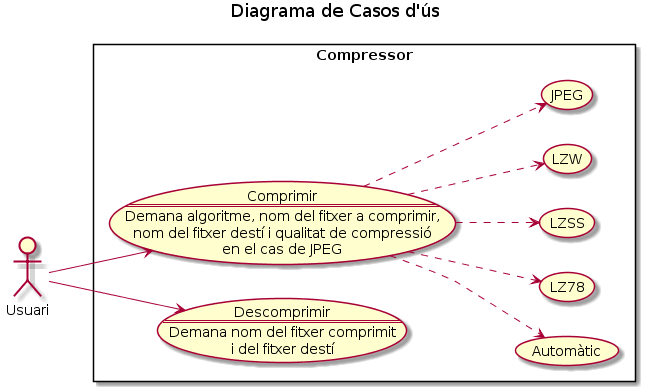
This is doc/UML/CasosUs.png from Leixb/UPC-PROP_Compressor, a PlantUML export, as it was before one commit.
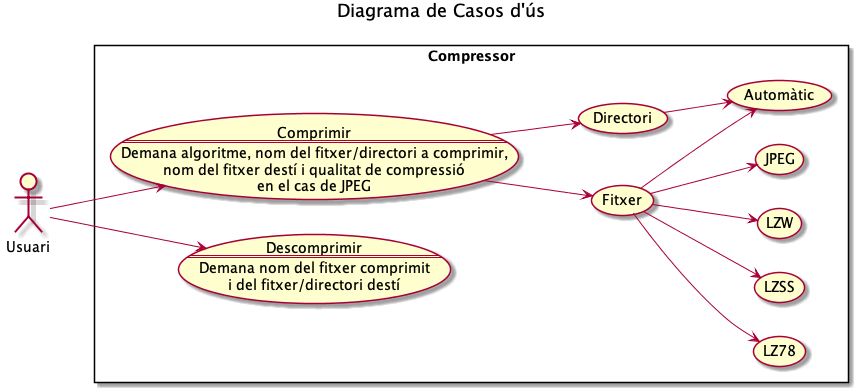
Above is the later version.

Change to the diagram source:
```diff
@@ -1,4 +1,5 @@
 @startuml
+
 left to right direction
 
 title Diagrama de Casos d'ús
@@ -6,27 +7,33 @@
 rectangle "Compressor" {
     usecase Com as "Comprimir
     ==
-    Demana algoritme, nom del fitxer a comprimir,
+    Demana algoritme, nom del fitxer/directori a comprimir,
     nom del fitxer destí i qualitat de compressió
     en el cas de JPEG"
     usecase Des as "Descomprimir
     ==
     Demana nom del fitxer comprimit
-    i del fitxer destí"
+    i del fitxer/directori destí"
     usecase (Automàtic) as Auto
     usecase (LZ78)
     usecase (LZSS)
     usecase (LZW)
     usecase (JPEG)
+    usecase (Fitxer)
+    usecase (Directori)
 }
 
 :Usuari:
 
 Usuari --> Com
 Usuari --> Des
-(Com) ..> Auto
-(Com) ..> (LZ78)
-(Com) ..> (LZSS)
-(Com) ..> (LZW)
-(Com) ..> (JPEG)
+Com --> (Fitxer)
+Com --> (Directori)
+(Fitxer) --> Auto
+(Fitxer) --> (LZ78)
+(Fitxer) --> (LZSS)
+(Fitxer) --> (LZW)
+(Fitxer) --> (JPEG)
+(Directori) --> Auto
+
 @enduml
```
